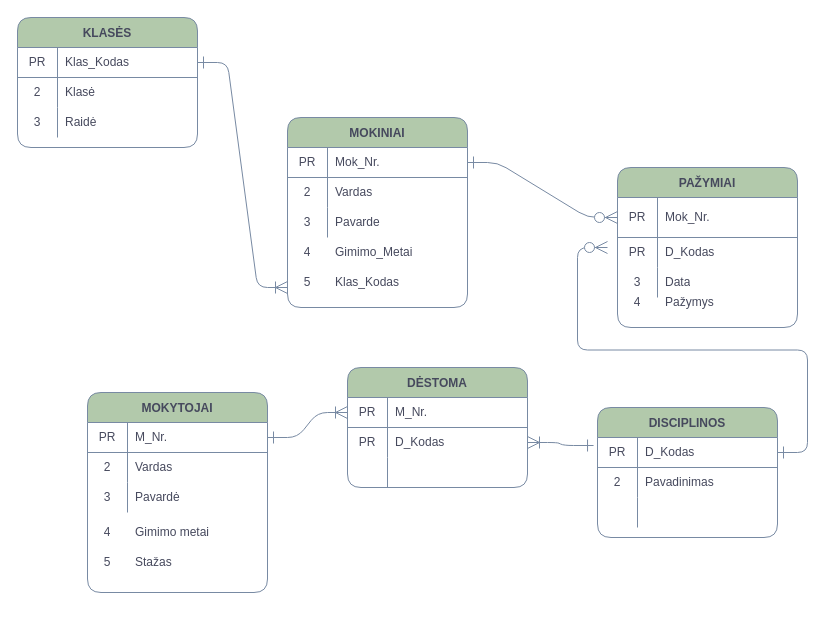
This is Untitled Diagram.drawio from SaruneRa/ER-Diadram-Gradebook, a draw.io file, before an edit. Source tidied: cells renumbered, new cells numbered last; positions are measured from the earlier drawing's top-left corner, leaving out a move shared by most shapes. Both pictures are drawn from the tidied source at 100%, with x=0, y=0 at pixel (17, 17).
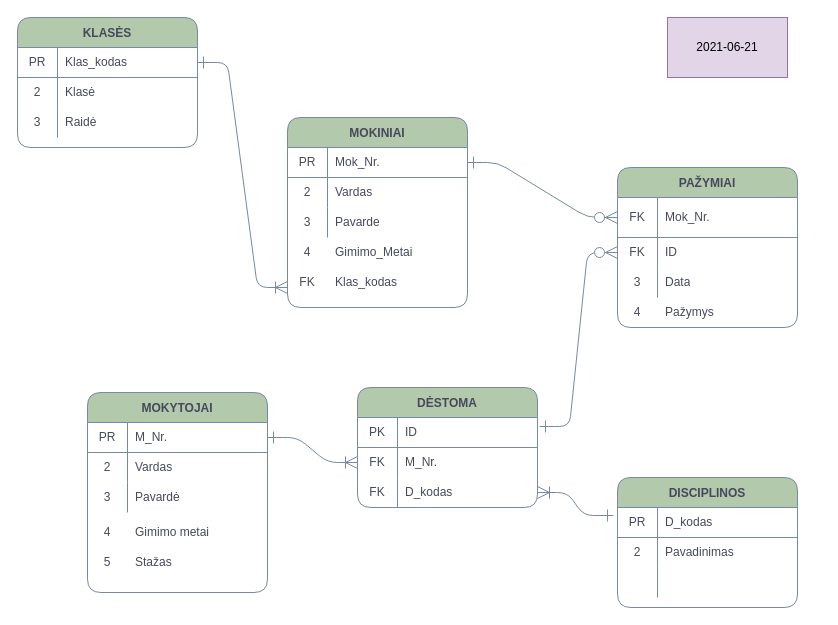
The same diagram, later.

Unchanged cells that the change refers to:
```xml
<mxCell id="13" style="shape=partialRectangle;html=1;whiteSpace=wrap;fillColor=none;top=0;left=0;bottom=1;right=0;points=[[0,0.5],[1,0.5]];portConstraint=eastwest;strokeColor=#788AA3;fontColor=#46495D;rounded=1;" parent="12" vertex="1">
  <mxGeometry y="30" width="180" height="30" as="geometry" />
</mxCell>
<mxCell id="23" style="shape=partialRectangle;html=1;whiteSpace=wrap;fillColor=none;top=0;left=0;bottom=1;right=0;points=[[0,0.5],[1,0.5]];portConstraint=eastwest;strokeColor=#788AA3;fontColor=#46495D;rounded=1;" parent="22" vertex="1">
  <mxGeometry y="30" width="180" height="30" as="geometry" />
</mxCell>
<mxCell id="33" style="shape=partialRectangle;html=1;whiteSpace=wrap;fillColor=none;top=0;left=0;bottom=1;right=0;points=[[0,0.5],[1,0.5]];portConstraint=eastwest;strokeColor=#788AA3;fontColor=#46495D;rounded=1;" parent="32" vertex="1">
  <mxGeometry y="30" width="180" height="40" as="geometry" />
</mxCell>
<mxCell id="36" style="shape=partialRectangle;html=1;whiteSpace=wrap;fillColor=none;top=0;left=0;bottom=0;right=0;points=[[0,0.5],[1,0.5]];portConstraint=eastwest;strokeColor=#788AA3;fontColor=#46495D;rounded=1;" parent="32" vertex="1">
  <mxGeometry y="70" width="180" height="30" as="geometry" />
</mxCell>
<mxCell id="43" style="shape=partialRectangle;html=1;whiteSpace=wrap;fillColor=none;top=0;left=0;bottom=1;right=0;points=[[0,0.5],[1,0.5]];portConstraint=eastwest;strokeColor=#788AA3;fontColor=#46495D;rounded=1;" parent="42" vertex="1">
  <mxGeometry y="30" width="180" height="30" as="geometry" />
</mxCell>
<mxCell id="53" style="shape=partialRectangle;html=1;whiteSpace=wrap;fillColor=none;top=0;left=0;bottom=1;right=0;points=[[0,0.5],[1,0.5]];portConstraint=eastwest;strokeColor=#788AA3;fontColor=#46495D;rounded=1;" parent="52" vertex="1">
  <mxGeometry y="30" width="180" height="30" as="geometry" />
</mxCell>
<mxCell id="56" style="shape=partialRectangle;html=1;whiteSpace=wrap;fillColor=none;top=0;left=0;bottom=0;right=0;points=[[0,0.5],[1,0.5]];portConstraint=eastwest;strokeColor=#788AA3;fontColor=#46495D;rounded=1;" parent="52" vertex="1">
  <mxGeometry y="60" width="180" height="30" as="geometry" />
</mxCell>
<mxCell id="59" style="shape=partialRectangle;html=1;whiteSpace=wrap;fillColor=none;top=0;left=0;bottom=0;right=0;points=[[0,0.5],[1,0.5]];portConstraint=eastwest;strokeColor=#788AA3;fontColor=#46495D;rounded=1;" parent="52" vertex="1">
  <mxGeometry y="90" width="180" height="30" as="geometry" />
</mxCell>
```

Diff of the diagram source:
```diff
@@
-    <mxCell id="25" value="Klas_Kodas" style="shape=partialRectangle;html=1;whiteSpace=wrap;fillColor=none;top=0;left=0;bottom=0;right=0;align=left;spacingLeft=6;overflow=hidden;strokeColor=#788AA3;fontColor=#46495D;rounded=1;" parent="23" vertex="1">
+    <mxCell id="25" value="Klas_kodas" style="shape=partialRectangle;html=1;whiteSpace=wrap;fillColor=none;top=0;left=0;bottom=0;right=0;align=left;spacingLeft=6;overflow=hidden;strokeColor=#788AA3;fontColor=#46495D;rounded=1;" parent="23" vertex="1">
       <mxGeometry x="40" width="140" height="30" as="geometry" />
     </mxCell>
@@
-    <mxCell id="34" value="PR" style="shape=partialRectangle;html=1;whiteSpace=wrap;fillColor=none;top=0;left=0;bottom=0;right=0;overflow=hidden;strokeColor=#788AA3;fontColor=#46495D;rounded=1;" parent="33" vertex="1">
+    <mxCell id="34" value="FK" style="shape=partialRectangle;html=1;whiteSpace=wrap;fillColor=none;top=0;left=0;bottom=0;right=0;overflow=hidden;strokeColor=#788AA3;fontColor=#46495D;rounded=1;" parent="33" vertex="1">
       <mxGeometry width="40" height="40" as="geometry" />
     </mxCell>
@@
-    <mxCell id="37" value="PR" style="shape=partialRectangle;html=1;whiteSpace=wrap;fillColor=none;top=0;left=0;bottom=0;right=0;overflow=hidden;strokeColor=#788AA3;fontColor=#46495D;rounded=1;" parent="36" vertex="1">
+    <mxCell id="37" value="FK" style="shape=partialRectangle;html=1;whiteSpace=wrap;fillColor=none;top=0;left=0;bottom=0;right=0;overflow=hidden;strokeColor=#788AA3;fontColor=#46495D;rounded=1;" parent="36" vertex="1">
       <mxGeometry width="40" height="30" as="geometry" />
     </mxCell>
-    <mxCell id="38" value="D_Kodas" style="shape=partialRectangle;html=1;whiteSpace=wrap;fillColor=none;top=0;left=0;bottom=0;right=0;align=left;spacingLeft=6;overflow=hidden;strokeColor=#788AA3;fontColor=#46495D;rounded=1;" parent="36" vertex="1">
+    <mxCell id="38" value="ID" style="shape=partialRectangle;html=1;whiteSpace=wrap;fillColor=none;top=0;left=0;bottom=0;right=0;align=left;spacingLeft=6;overflow=hidden;strokeColor=#788AA3;fontColor=#46495D;rounded=1;" parent="36" vertex="1">
       <mxGeometry x="40" width="140" height="30" as="geometry" />
     </mxCell>
@@
     <mxCell id="42" value="DISCIPLINOS" style="shape=table;startSize=30;childLayout=tableLayout;rowLines=0;fontStyle=1;align=center;fillColor=#B2C9AB;strokeColor=#788AA3;fontColor=#46495D;rounded=1;" parent="1" vertex="1">
-      <mxGeometry x="580" y="390" width="180" height="130" as="geometry" />
+      <mxGeometry x="600" y="460" width="180" height="130" as="geometry" />
     </mxCell>
@@
-    <mxCell id="45" value="D_Kodas" style="shape=partialRectangle;html=1;whiteSpace=wrap;fillColor=none;top=0;left=0;bottom=0;right=0;align=left;spacingLeft=6;overflow=hidden;strokeColor=#788AA3;fontColor=#46495D;rounded=1;" parent="43" vertex="1">
+    <mxCell id="45" value="D_kodas" style="shape=partialRectangle;html=1;whiteSpace=wrap;fillColor=none;top=0;left=0;bottom=0;right=0;align=left;spacingLeft=6;overflow=hidden;strokeColor=#788AA3;fontColor=#46495D;rounded=1;" parent="43" vertex="1">
       <mxGeometry x="40" width="140" height="30" as="geometry" />
     </mxCell>
@@
     <mxCell id="52" value="DĖSTOMA" style="shape=table;startSize=30;childLayout=tableLayout;rowLines=0;fontStyle=1;align=center;fillColor=#B2C9AB;strokeColor=#788AA3;fontColor=#46495D;rounded=1;" parent="1" vertex="1">
-      <mxGeometry x="330" y="350" width="180" height="120" as="geometry" />
+      <mxGeometry x="340" y="370" width="180" height="120" as="geometry" />
     </mxCell>
@@
-    <mxCell id="54" value="PR" style="shape=partialRectangle;html=1;whiteSpace=wrap;fillColor=none;top=0;left=0;bottom=0;right=0;overflow=hidden;strokeColor=#788AA3;fontColor=#46495D;rounded=1;" parent="53" vertex="1">
+    <mxCell id="54" value="PK" style="shape=partialRectangle;html=1;whiteSpace=wrap;fillColor=none;top=0;left=0;bottom=0;right=0;overflow=hidden;strokeColor=#788AA3;fontColor=#46495D;rounded=1;" parent="53" vertex="1">
       <mxGeometry width="40" height="30" as="geometry" />
     </mxCell>
-    <mxCell id="55" value="M_Nr." style="shape=partialRectangle;html=1;whiteSpace=wrap;fillColor=none;top=0;left=0;bottom=0;right=0;align=left;spacingLeft=6;overflow=hidden;strokeColor=#788AA3;fontColor=#46495D;rounded=1;" parent="53" vertex="1">
+    <mxCell id="55" value="ID" style="shape=partialRectangle;html=1;whiteSpace=wrap;fillColor=none;top=0;left=0;bottom=0;right=0;align=left;spacingLeft=6;overflow=hidden;strokeColor=#788AA3;fontColor=#46495D;rounded=1;" parent="53" vertex="1">
       <mxGeometry x="40" width="140" height="30" as="geometry" />
     </mxCell>
@@
-    <mxCell id="57" value="PR" style="shape=partialRectangle;html=1;whiteSpace=wrap;fillColor=none;top=0;left=0;bottom=0;right=0;overflow=hidden;strokeColor=#788AA3;fontColor=#46495D;rounded=1;" parent="56" vertex="1">
+    <mxCell id="57" value="FK" style="shape=partialRectangle;html=1;whiteSpace=wrap;fillColor=none;top=0;left=0;bottom=0;right=0;overflow=hidden;strokeColor=#788AA3;fontColor=#46495D;rounded=1;" parent="56" vertex="1">
       <mxGeometry width="40" height="30" as="geometry" />
     </mxCell>
-    <mxCell id="58" value="D_Kodas" style="shape=partialRectangle;html=1;whiteSpace=wrap;fillColor=none;top=0;left=0;bottom=0;right=0;align=left;spacingLeft=6;overflow=hidden;strokeColor=#788AA3;fontColor=#46495D;rounded=1;" parent="56" vertex="1">
+    <mxCell id="58" value="M_Nr." style="shape=partialRectangle;html=1;whiteSpace=wrap;fillColor=none;top=0;left=0;bottom=0;right=0;align=left;spacingLeft=6;overflow=hidden;strokeColor=#788AA3;fontColor=#46495D;rounded=1;" parent="56" vertex="1">
       <mxGeometry x="40" width="140" height="30" as="geometry" />
     </mxCell>
@@
-    <mxCell id="60" style="shape=partialRectangle;html=1;whiteSpace=wrap;fillColor=none;top=0;left=0;bottom=0;right=0;overflow=hidden;strokeColor=#788AA3;fontColor=#46495D;rounded=1;" parent="59" vertex="1">
+    <mxCell id="60" value="FK" style="shape=partialRectangle;html=1;whiteSpace=wrap;fillColor=none;top=0;left=0;bottom=0;right=0;overflow=hidden;strokeColor=#788AA3;fontColor=#46495D;rounded=1;" parent="59" vertex="1">
       <mxGeometry width="40" height="30" as="geometry" />
     </mxCell>
-    <mxCell id="61" style="shape=partialRectangle;html=1;whiteSpace=wrap;fillColor=none;top=0;left=0;bottom=0;right=0;align=left;spacingLeft=6;overflow=hidden;strokeColor=#788AA3;fontColor=#46495D;rounded=1;" parent="59" vertex="1">
+    <mxCell id="61" value="D_kodas" style="shape=partialRectangle;html=1;whiteSpace=wrap;fillColor=none;top=0;left=0;bottom=0;right=0;align=left;spacingLeft=6;overflow=hidden;strokeColor=#788AA3;fontColor=#46495D;rounded=1;" parent="59" vertex="1">
       <mxGeometry x="40" width="140" height="30" as="geometry" />
     </mxCell>
@@
-    <mxCell id="63" value="Klas_Kodas" style="shape=partialRectangle;html=1;whiteSpace=wrap;fillColor=none;top=0;left=0;bottom=0;right=0;align=left;spacingLeft=6;overflow=hidden;strokeColor=#788AA3;fontColor=#46495D;rounded=1;" parent="1" vertex="1">
+    <mxCell id="63" value="Klas_kodas" style="shape=partialRectangle;html=1;whiteSpace=wrap;fillColor=none;top=0;left=0;bottom=0;right=0;align=left;spacingLeft=6;overflow=hidden;strokeColor=#788AA3;fontColor=#46495D;rounded=1;" parent="1" vertex="1">
       <mxGeometry x="310" y="250" width="140" height="30" as="geometry" />
     </mxCell>
@@
     <mxCell id="68" value="4" style="shape=partialRectangle;html=1;whiteSpace=wrap;fillColor=none;top=0;left=0;bottom=0;right=0;overflow=hidden;strokeColor=#788AA3;fontColor=#46495D;rounded=1;" parent="1" vertex="1">
-      <mxGeometry x="600" y="270" width="40" height="30" as="geometry" />
+      <mxGeometry x="600" y="280" width="40" height="30" as="geometry" />
     </mxCell>
@@
-    <mxCell id="70" value="5" style="shape=partialRectangle;html=1;whiteSpace=wrap;fillColor=none;top=0;left=0;bottom=0;right=0;overflow=hidden;strokeColor=#788AA3;fontColor=#46495D;rounded=1;" parent="1" vertex="1">
+    <mxCell id="70" value="FK" style="shape=partialRectangle;html=1;whiteSpace=wrap;fillColor=none;top=0;left=0;bottom=0;right=0;overflow=hidden;strokeColor=#788AA3;fontColor=#46495D;rounded=1;" parent="1" vertex="1">
       <mxGeometry x="270" y="250" width="40" height="30" as="geometry" />
     </mxCell>
     <mxCell id="71" value="Pažymys" style="shape=partialRectangle;html=1;whiteSpace=wrap;fillColor=none;top=0;left=0;bottom=0;right=0;align=left;spacingLeft=6;overflow=hidden;strokeColor=#788AA3;fontColor=#46495D;rounded=1;" parent="1" vertex="1">
-      <mxGeometry x="640" y="270" width="140" height="30" as="geometry" />
+      <mxGeometry x="640" y="280" width="140" height="30" as="geometry" />
     </mxCell>
@@
-    <mxCell id="73" style="edgeStyle=entityRelationEdgeStyle;fontSize=12;html=1;endArrow=ERoneToMany;startArrow=ERone;fontColor=#46495D;startSize=10;endSize=10;strokeColor=#788AA3;fillColor=#B2C9AB;startFill=0;exitX=1;exitY=0.5;exitDx=0;exitDy=0;entryX=0;entryY=0.5;entryDx=0;entryDy=0;" parent="1" edge="1" source="13" target="53">
+    <mxCell id="73" style="edgeStyle=entityRelationEdgeStyle;fontSize=12;html=1;endArrow=ERoneToMany;startArrow=ERone;fontColor=#46495D;startSize=10;endSize=10;strokeColor=#788AA3;fillColor=#B2C9AB;startFill=0;exitX=1;exitY=0.5;exitDx=0;exitDy=0;entryX=0;entryY=0.5;entryDx=0;entryDy=0;" parent="1" edge="1" source="13" target="56">
       <mxGeometry relative="1" as="geometry" />
     </mxCell>
-    <mxCell id="74" style="edgeStyle=entityRelationEdgeStyle;fontSize=12;html=1;endArrow=ERoneToMany;startArrow=ERone;fontColor=#46495D;startSize=10;endSize=10;strokeColor=#788AA3;fillColor=#B2C9AB;startFill=0;exitX=-0.022;exitY=0.267;exitDx=0;exitDy=0;entryX=1;entryY=0.5;entryDx=0;entryDy=0;exitPerimeter=0;" parent="1" edge="1" source="43" target="56">
+    <mxCell id="74" style="edgeStyle=entityRelationEdgeStyle;fontSize=12;html=1;endArrow=ERoneToMany;startArrow=ERone;fontColor=#46495D;startSize=10;endSize=10;strokeColor=#788AA3;fillColor=#B2C9AB;startFill=0;exitX=-0.022;exitY=0.267;exitDx=0;exitDy=0;entryX=1;entryY=0.5;entryDx=0;entryDy=0;exitPerimeter=0;" parent="1" edge="1" source="43" target="59">
       <mxGeometry relative="1" as="geometry" />
     </mxCell>
@@
-    <mxCell id="76" style="edgeStyle=entityRelationEdgeStyle;fontSize=12;html=1;endArrow=ERzeroToMany;startArrow=ERone;fontColor=#46495D;startSize=10;endSize=10;strokeColor=#788AA3;fillColor=#B2C9AB;startFill=0;exitX=1;exitY=0.5;exitDx=0;exitDy=0;endFill=1;" parent="1" edge="1" source="43">
-      <mxGeometry relative="1" as="geometry">
-        <mxPoint x="590" y="230" as="targetPoint" />
-      </mxGeometry>
+    <mxCell id="76" style="edgeStyle=entityRelationEdgeStyle;fontSize=12;html=1;endArrow=ERzeroToMany;startArrow=ERone;fontColor=#46495D;startSize=10;endSize=10;strokeColor=#788AA3;fillColor=#B2C9AB;startFill=0;exitX=1.011;exitY=0.3;exitDx=0;exitDy=0;endFill=1;exitPerimeter=0;entryX=0;entryY=0.5;entryDx=0;entryDy=0;" parent="1" edge="1" source="53" target="36">
+      <mxGeometry relative="1" as="geometry" />
     </mxCell>
+    <mxCell id="77" value="2021-06-21" style="rounded=0;whiteSpace=wrap;html=1;fillColor=#e1d5e7;strokeColor=#9673a6;" parent="1" vertex="1">
+      <mxGeometry x="650" width="120" height="60" as="geometry" />
+    </mxCell>
```
